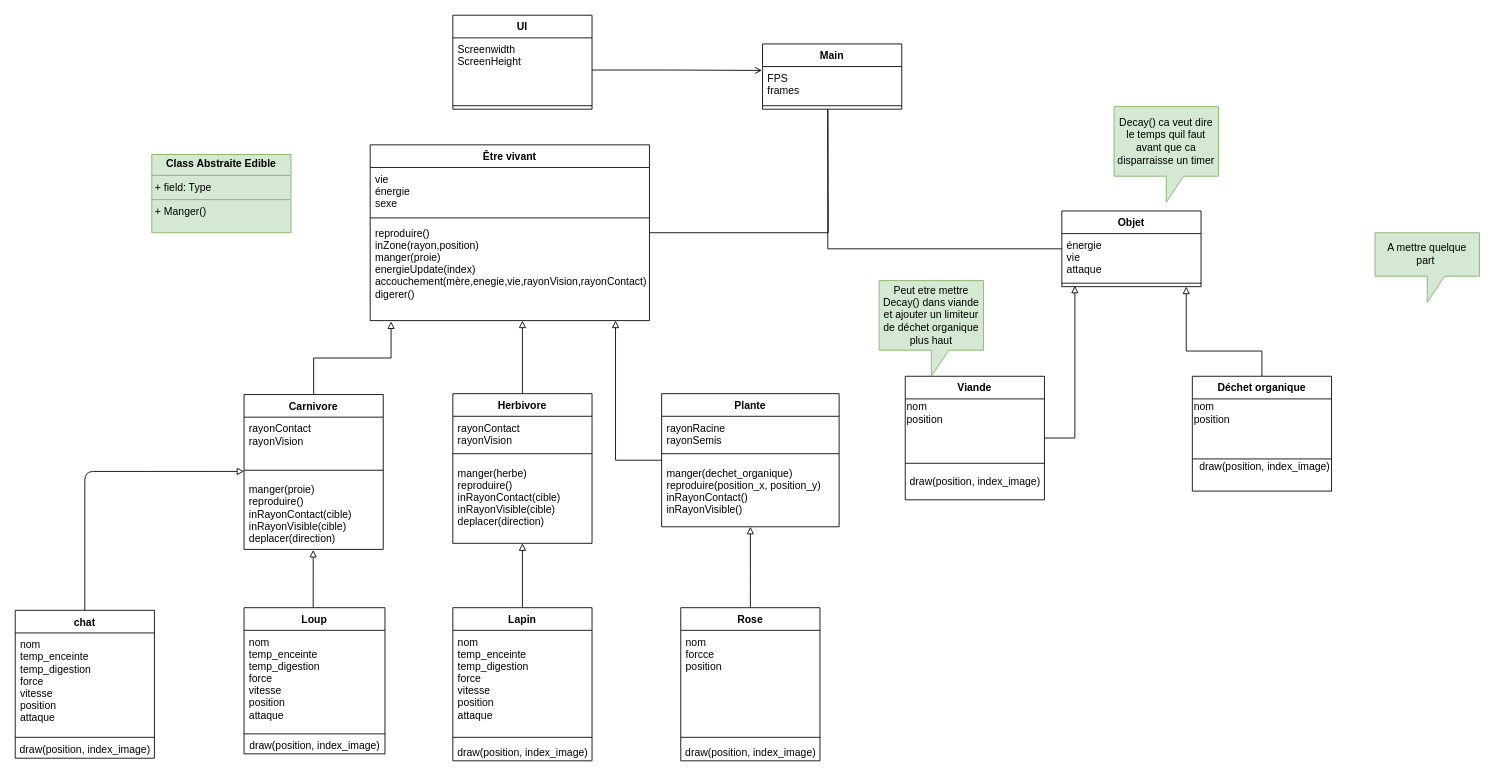
The draw.io diagram Diagramme_Classe_POO.drawio in mezray/Project_Ecosysteme, before the edit. Source tidied: cells renumbered, new cells numbered last; positions are measured from the earlier drawing's top-left corner, leaving out a move shared by most shapes. Both pictures are drawn from the tidied source at 87%, with x=0, y=0 at pixel (15, 15).
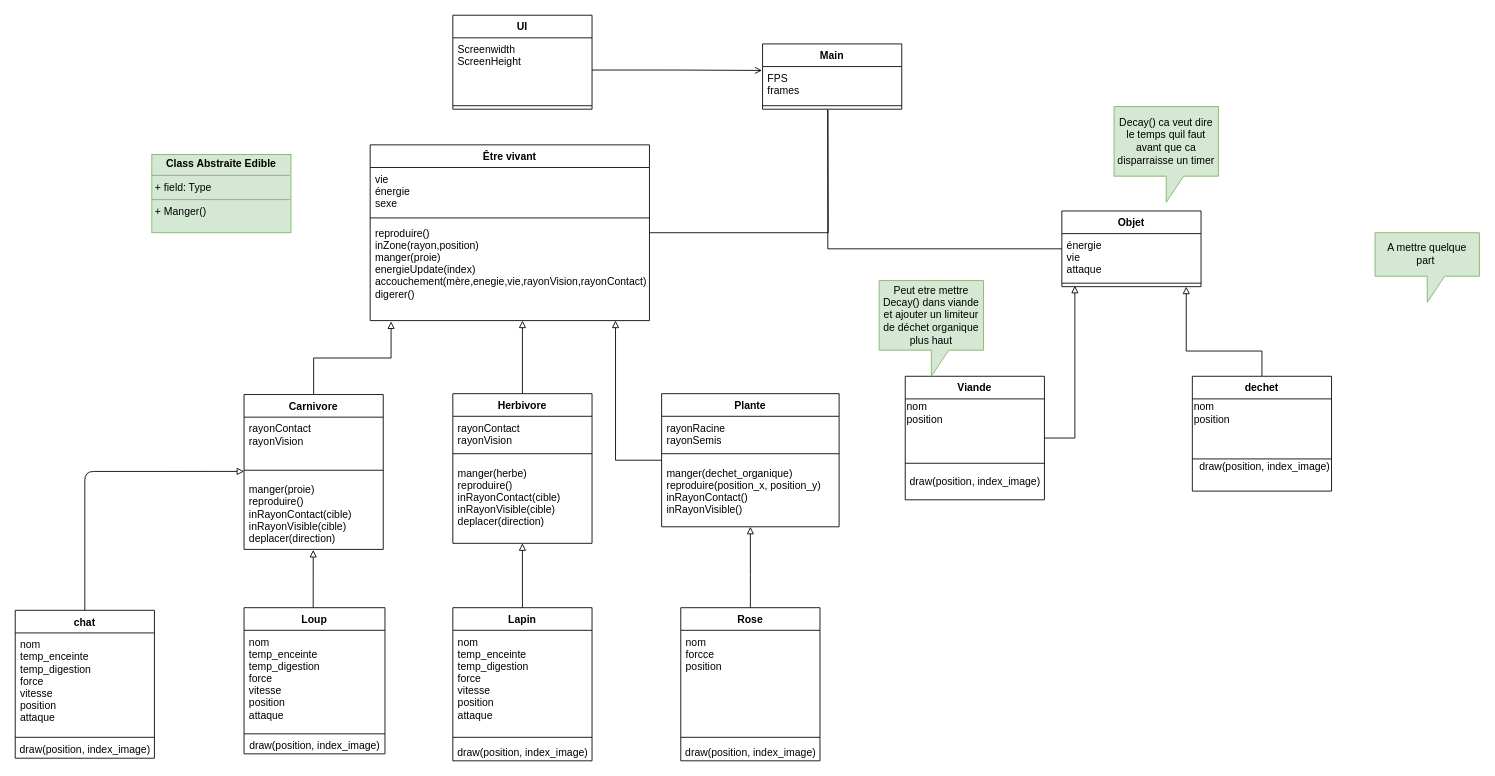
Above is the later version.

Commit message:
change name of class 'dechet'

Change to the diagram source:
```diff
@@
-    <mxCell id="31" value="Déchet organique" style="swimlane;fontStyle=1;align=center;verticalAlign=top;horizontal=1;startSize=26;rounded=0;" parent="1" vertex="1">
+    <mxCell id="31" value="dechet" style="swimlane;fontStyle=1;align=center;verticalAlign=top;horizontal=1;startSize=26;rounded=0;" parent="1" vertex="1">
       <mxGeometry x="1353" y="415" width="160" height="132" as="geometry" />
     </mxCell>
```
